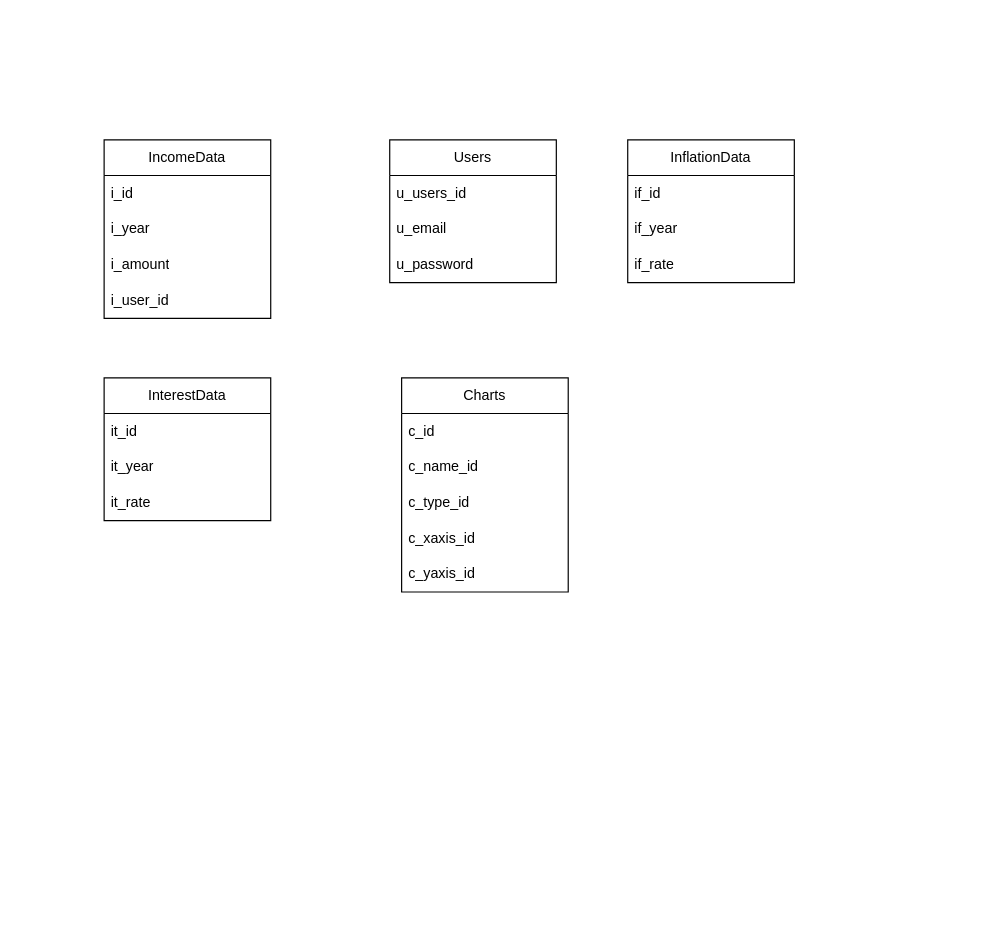
ataflinger/CSE111-Project keeps this draw.io diagram as CSE111 Diagram.drawio. Above is the earlier version. Source tidied: cells renumbered, new cells numbered last; positions are measured from the earlier drawing's top-left corner, leaving out a move shared by most shapes. Both pictures are drawn from the tidied source at 119%, with x=0, y=0 at pixel (104, 139).
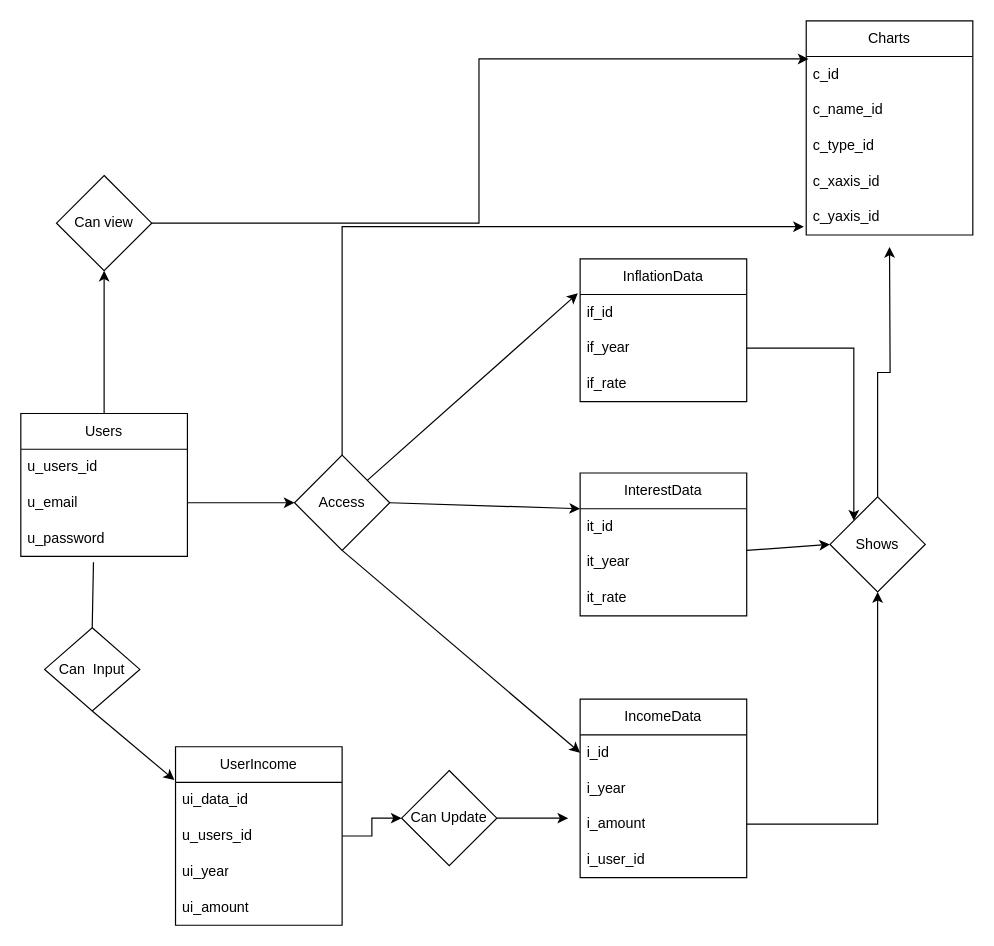
The same page after the edit.

The change refers to these unchanged cells:
```xml
<mxCell id="3" value="i_id" style="text;strokeColor=none;fillColor=none;align=left;verticalAlign=middle;spacingLeft=4;spacingRight=4;overflow=hidden;points=[[0,0.5],[1,0.5]];portConstraint=eastwest;whiteSpace=wrap;html=1;" parent="2" vertex="1">
  <mxGeometry y="30" width="140" height="30" as="geometry" />
</mxCell>
<mxCell id="5" value="i_amount" style="text;strokeColor=none;fillColor=none;align=left;verticalAlign=middle;spacingLeft=4;spacingRight=4;overflow=hidden;points=[[0,0.5],[1,0.5]];portConstraint=eastwest;whiteSpace=wrap;html=1;" parent="2" vertex="1">
  <mxGeometry y="90" width="140" height="30" as="geometry" />
</mxCell>
<mxCell id="9" value="u_email" style="text;strokeColor=none;fillColor=none;align=left;verticalAlign=middle;spacingLeft=4;spacingRight=4;overflow=hidden;points=[[0,0.5],[1,0.5]];portConstraint=eastwest;whiteSpace=wrap;html=1;" parent="7" vertex="1">
  <mxGeometry y="60" width="140" height="30" as="geometry" />
</mxCell>
<mxCell id="10" value="u_password" style="text;strokeColor=none;fillColor=none;align=left;verticalAlign=middle;spacingLeft=4;spacingRight=4;overflow=hidden;points=[[0,0.5],[1,0.5]];portConstraint=eastwest;whiteSpace=wrap;html=1;" parent="7" vertex="1">
  <mxGeometry y="90" width="140" height="30" as="geometry" />
</mxCell>
<mxCell id="12" value="if_id" style="text;strokeColor=none;fillColor=none;align=left;verticalAlign=middle;spacingLeft=4;spacingRight=4;overflow=hidden;points=[[0,0.5],[1,0.5]];portConstraint=eastwest;whiteSpace=wrap;html=1;" parent="11" vertex="1">
  <mxGeometry y="30" width="140" height="30" as="geometry" />
</mxCell>
<mxCell id="13" value="if_year" style="text;strokeColor=none;fillColor=none;align=left;verticalAlign=middle;spacingLeft=4;spacingRight=4;overflow=hidden;points=[[0,0.5],[1,0.5]];portConstraint=eastwest;whiteSpace=wrap;html=1;" parent="11" vertex="1">
  <mxGeometry y="60" width="140" height="30" as="geometry" />
</mxCell>
<mxCell id="20" value="c_id" style="text;strokeColor=none;fillColor=none;align=left;verticalAlign=middle;spacingLeft=4;spacingRight=4;overflow=hidden;points=[[0,0.5],[1,0.5]];portConstraint=eastwest;whiteSpace=wrap;html=1;" parent="19" vertex="1">
  <mxGeometry y="30" width="140" height="30" as="geometry" />
</mxCell>
<mxCell id="24" value="c_yaxis_id" style="text;strokeColor=none;fillColor=none;align=left;verticalAlign=middle;spacingLeft=4;spacingRight=4;overflow=hidden;points=[[0,0.5],[1,0.5]];portConstraint=eastwest;whiteSpace=wrap;html=1;" parent="19" vertex="1">
  <mxGeometry y="150" width="140" height="30" as="geometry" />
</mxCell>
```

What changed in the source:
```diff
@@
     <mxCell id="2" value="IncomeData" style="swimlane;fontStyle=0;horizontal=1;startSize=30;whiteSpace=wrap;html=1;" parent="1" vertex="1">
-      <mxGeometry width="140" height="150" as="geometry" />
+      <mxGeometry x="400" y="470" width="140" height="150" as="geometry" />
     </mxCell>
@@
+    <mxCell id="25" style="edgeStyle=orthogonalEdgeStyle;rounded=0;jettySize=auto;html=1;exitX=0.5;exitY=0;exitDx=0;exitDy=0;entryX=0.5;entryY=1;entryDx=0;entryDy=0;" parent="1" edge="1" source="7" target="36">
+      <mxGeometry relative="1" as="geometry" />
+    </mxCell>
     <mxCell id="7" value="Users" style="swimlane;fontStyle=0;horizontal=1;startSize=30;whiteSpace=wrap;html=1;" parent="1" vertex="1">
-      <mxGeometry x="240" width="140" height="120" as="geometry" />
+      <mxGeometry x="-70" y="230" width="140" height="120" as="geometry" />
     </mxCell>
@@
     <mxCell id="11" value="InflationData" style="swimlane;fontStyle=0;horizontal=1;startSize=30;whiteSpace=wrap;html=1;" parent="1" vertex="1">
-      <mxGeometry x="440" width="140" height="120" as="geometry" />
+      <mxGeometry x="400" y="100" width="140" height="120" as="geometry" />
     </mxCell>
@@
     <mxCell id="15" value="InterestData" style="swimlane;fontStyle=0;horizontal=1;startSize=30;whiteSpace=wrap;html=1;" parent="1" vertex="1">
-      <mxGeometry y="200" width="140" height="120" as="geometry" />
+      <mxGeometry x="400" y="280" width="140" height="120" as="geometry" />
     </mxCell>
@@
     <mxCell id="19" value="Charts" style="swimlane;fontStyle=0;horizontal=1;startSize=30;whiteSpace=wrap;html=1;" parent="1" vertex="1">
-      <mxGeometry x="250" y="200" width="140" height="180" as="geometry" />
+      <mxGeometry x="590" y="-100" width="140" height="180" as="geometry" />
     </mxCell>
@@
+    <mxCell id="26" value="UserIncome" style="swimlane;fontStyle=0;horizontal=1;startSize=30;whiteSpace=wrap;html=1;" parent="1" vertex="1">
+      <mxGeometry x="60" y="510" width="140" height="150" as="geometry" />
+    </mxCell>
+    <mxCell id="27" value="ui_data_id" style="text;strokeColor=none;fillColor=none;align=left;verticalAlign=middle;spacingLeft=4;spacingRight=4;overflow=hidden;points=[[0,0.5],[1,0.5]];portConstraint=eastwest;whiteSpace=wrap;html=1;" parent="26" vertex="1">
+      <mxGeometry y="30" width="140" height="30" as="geometry" />
+    </mxCell>
+    <mxCell id="28" value="u_users_id" style="text;strokeColor=none;fillColor=none;align=left;verticalAlign=middle;spacingLeft=4;spacingRight=4;overflow=hidden;points=[[0,0.5],[1,0.5]];portConstraint=eastwest;whiteSpace=wrap;html=1;" parent="26" vertex="1">
+      <mxGeometry y="60" width="140" height="30" as="geometry" />
+    </mxCell>
+    <mxCell id="29" value="ui_year" style="text;strokeColor=none;fillColor=none;align=left;verticalAlign=middle;spacingLeft=4;spacingRight=4;overflow=hidden;whiteSpace=wrap;html=1;" parent="26" vertex="1">
+      <mxGeometry y="90" width="140" height="30" as="geometry" />
+    </mxCell>
+    <mxCell id="30" value="ui_amount" style="text;strokeColor=none;fillColor=none;align=left;verticalAlign=middle;spacingLeft=4;spacingRight=4;overflow=hidden;whiteSpace=wrap;html=1;" parent="26" vertex="1">
+      <mxGeometry y="120" width="140" height="30" as="geometry" />
+    </mxCell>
+    <mxCell id="31" value="Access" style="rhombus;whiteSpace=wrap;html=1;" parent="1" vertex="1">
+      <mxGeometry x="160" y="265" width="80" height="80" as="geometry" />
+    </mxCell>
+    <mxCell id="32" style="edgeStyle=orthogonalEdgeStyle;rounded=0;jettySize=auto;html=1;exitX=1;exitY=0.5;exitDx=0;exitDy=0;entryX=0;entryY=0.5;entryDx=0;entryDy=0;" parent="1" edge="1" source="9" target="31">
+      <mxGeometry relative="1" as="geometry" />
+    </mxCell>
+    <mxCell id="33" style="endArrow=classic;html=1;rounded=0;entryX=0;entryY=0.5;entryDx=0;entryDy=0;exitX=0.5;exitY=1;exitDx=0;exitDy=0;" parent="1" edge="1" source="31" target="3">
+      <mxGeometry relative="1" as="geometry" />
+    </mxCell>
+    <mxCell id="34" style="endArrow=classic;html=1;rounded=0;entryX=-0.014;entryY=-0.033;entryDx=0;entryDy=0;entryPerimeter=0;" parent="1" edge="1" source="31" target="12">
+      <mxGeometry relative="1" as="geometry" />
+    </mxCell>
+    <mxCell id="35" style="endArrow=classic;html=1;rounded=0;exitX=1;exitY=0.5;exitDx=0;exitDy=0;entryX=0;entryY=0.25;entryDx=0;entryDy=0;" parent="1" edge="1" source="31" target="15">
+      <mxGeometry relative="1" as="geometry" />
+    </mxCell>
+    <mxCell id="36" value="Can view" style="rhombus;whiteSpace=wrap;html=1;" parent="1" vertex="1">
+      <mxGeometry x="-40" y="30" width="80" height="80" as="geometry" />
+    </mxCell>
+    <mxCell id="37" style="edgeStyle=orthogonalEdgeStyle;rounded=0;jettySize=auto;html=1;exitX=1;exitY=0.5;exitDx=0;exitDy=0;entryX=0.014;entryY=0.067;entryDx=0;entryDy=0;entryPerimeter=0;" parent="1" edge="1" source="36" target="20">
+      <mxGeometry relative="1" as="geometry" />
+    </mxCell>
+    <mxCell id="38" value="Can&amp;nbsp; Input" style="rhombus;whiteSpace=wrap;html=1;" parent="1" vertex="1">
+      <mxGeometry x="-50" y="410" width="80" height="70" as="geometry" />
+    </mxCell>
+    <mxCell id="39" style="endArrow=none;html=1;rounded=0;exitX=0.5;exitY=0;exitDx=0;exitDy=0;entryX=0.436;entryY=1.167;entryDx=0;entryDy=0;entryPerimeter=0;" parent="1" edge="1" source="38" target="10">
+      <mxGeometry relative="1" as="geometry" />
+    </mxCell>
+    <mxCell id="40" style="endArrow=classic;html=1;rounded=0;entryX=-0.007;entryY=-0.067;entryDx=0;entryDy=0;entryPerimeter=0;exitX=0.5;exitY=1;exitDx=0;exitDy=0;" parent="1" edge="1" source="38" target="27">
+      <mxGeometry relative="1" as="geometry" />
+    </mxCell>
+    <mxCell id="41" style="edgeStyle=orthogonalEdgeStyle;rounded=0;jettySize=auto;html=1;exitX=1;exitY=0.5;exitDx=0;exitDy=0;" parent="1" edge="1" source="42">
+      <mxGeometry relative="1" as="geometry">
+        <mxPoint x="390" y="570" as="targetPoint" />
+      </mxGeometry>
+    </mxCell>
+    <mxCell id="42" value="Can Update" style="rhombus;whiteSpace=wrap;html=1;" parent="1" vertex="1">
+      <mxGeometry x="250" y="530" width="80" height="80" as="geometry" />
+    </mxCell>
+    <mxCell id="43" style="edgeStyle=orthogonalEdgeStyle;rounded=0;jettySize=auto;html=1;exitX=1;exitY=0.5;exitDx=0;exitDy=0;entryX=0;entryY=0.5;entryDx=0;entryDy=0;" parent="1" edge="1" source="28" target="42">
+      <mxGeometry relative="1" as="geometry" />
+    </mxCell>
+    <mxCell id="44" style="edgeStyle=orthogonalEdgeStyle;rounded=0;jettySize=auto;html=1;exitX=0.5;exitY=0;exitDx=0;exitDy=0;" parent="1" edge="1" source="45">
+      <mxGeometry relative="1" as="geometry">
+        <mxPoint x="660" y="90" as="targetPoint" />
+      </mxGeometry>
+    </mxCell>
+    <mxCell id="45" value="Shows" style="rhombus;whiteSpace=wrap;html=1;" parent="1" vertex="1">
+      <mxGeometry x="610" y="300" width="80" height="80" as="geometry" />
+    </mxCell>
+    <mxCell id="46" style="endArrow=classic;html=1;rounded=0;entryX=0;entryY=0.5;entryDx=0;entryDy=0;" parent="1" edge="1" target="45">
+      <mxGeometry relative="1" as="geometry">
+        <mxPoint x="540" y="345" as="sourcePoint" />
+      </mxGeometry>
+    </mxCell>
+    <mxCell id="47" style="edgeStyle=orthogonalEdgeStyle;rounded=0;jettySize=auto;html=1;exitX=0.5;exitY=0;exitDx=0;exitDy=0;entryX=-0.014;entryY=0.767;entryDx=0;entryDy=0;entryPerimeter=0;" parent="1" edge="1" source="31" target="24">
+      <mxGeometry relative="1" as="geometry" />
+    </mxCell>
+    <mxCell id="48" style="edgeStyle=orthogonalEdgeStyle;rounded=0;jettySize=auto;html=1;exitX=1;exitY=0.5;exitDx=0;exitDy=0;entryX=0;entryY=0;entryDx=0;entryDy=0;" parent="1" edge="1" source="13" target="45">
+      <mxGeometry relative="1" as="geometry" />
+    </mxCell>
+    <mxCell id="49" style="edgeStyle=orthogonalEdgeStyle;rounded=0;jettySize=auto;html=1;exitX=1;exitY=0.5;exitDx=0;exitDy=0;entryX=0.5;entryY=1;entryDx=0;entryDy=0;" parent="1" edge="1" source="5" target="45">
+      <mxGeometry relative="1" as="geometry" />
+    </mxCell>
```
